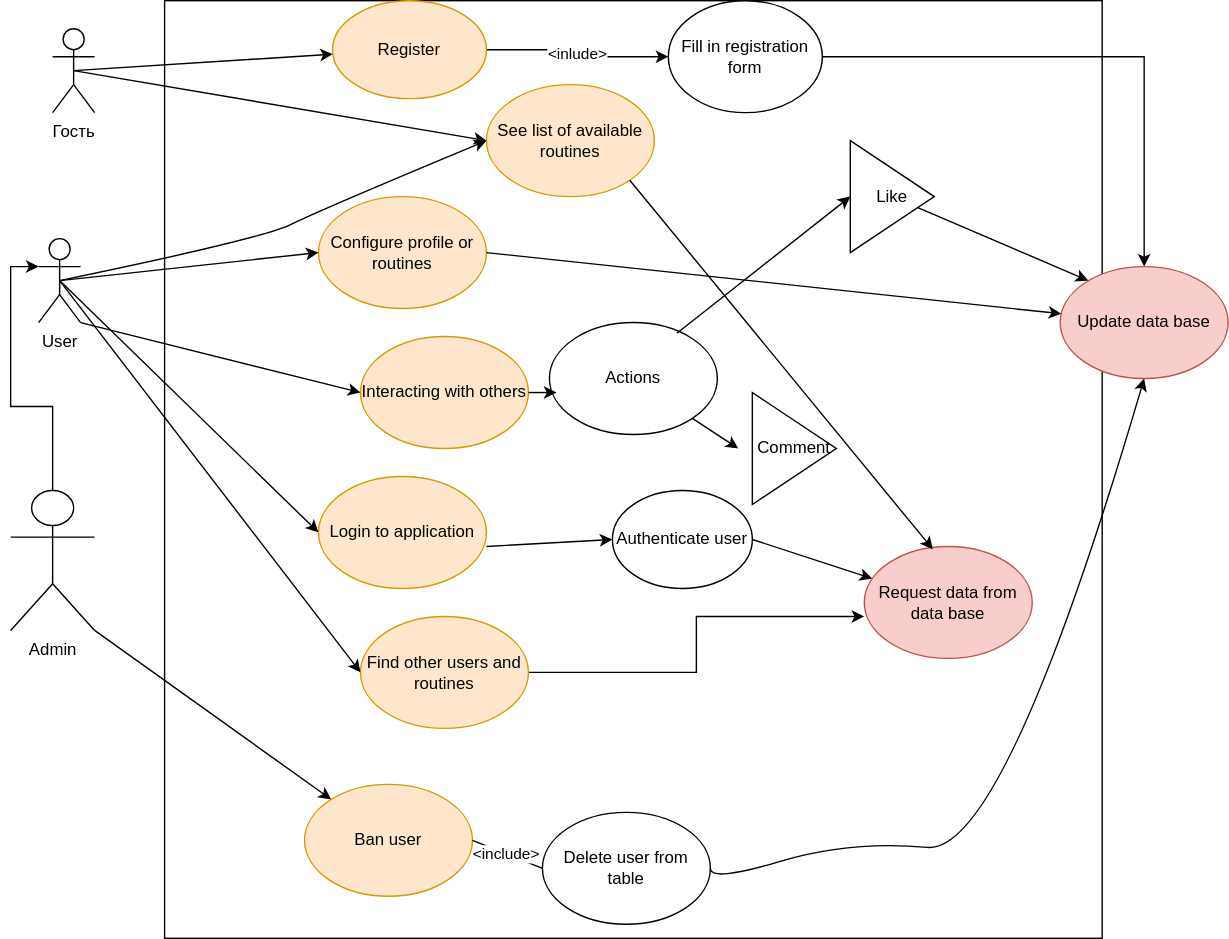
Earlier version of the draw.io export Diagrams/UC.svg (Maybenex1ime/Web_Project_Autumn_2021). Source tidied: cells renumbered, new cells last; positions are measured from the earlier drawing's top-left corner, leaving out a move shared by most shapes.
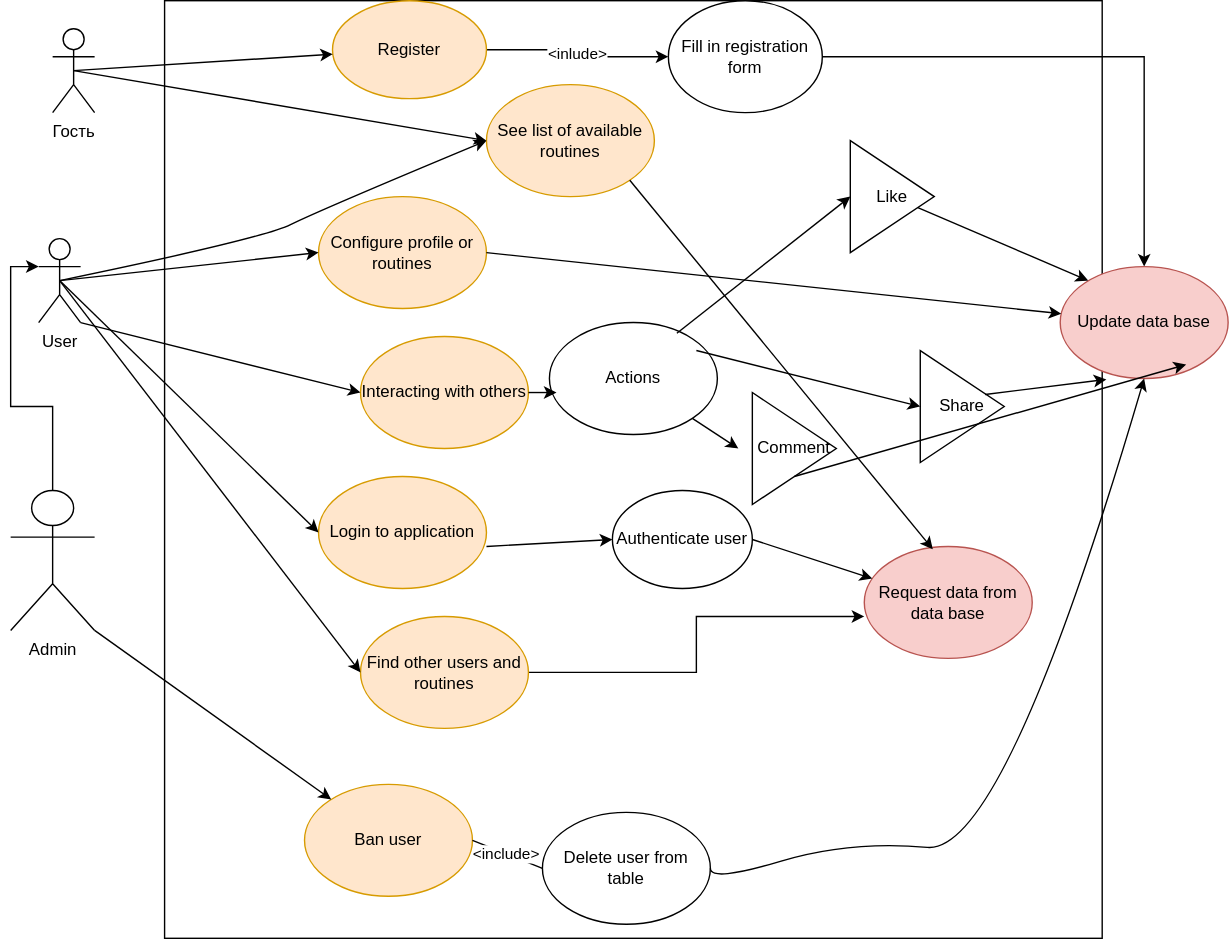
Later version of the same file.

The edit, as a diff of the source:
```diff
@@ -142,5 +142,21 @@
         <mxPoint x="770" y="200" as="targetPoint" />
       </mxGeometry>
     </mxCell>
+    <mxCell id="43" value="Share" style="triangle;whiteSpace=wrap;html=1;" parent="1" vertex="1">
+      <mxGeometry x="650" y="250" width="60" height="80" as="geometry" />
+    </mxCell>
+    <mxCell id="44" style="endArrow=classic;html=1;entryX=0;entryY=0.5;entryDx=0;entryDy=0;" parent="1" edge="1" target="43">
+      <mxGeometry relative="1" as="geometry">
+        <mxPoint x="490" y="250" as="sourcePoint" />
+      </mxGeometry>
+    </mxCell>
+    <mxCell id="45" style="endArrow=classic;html=1;entryX=0.275;entryY=1.008;entryDx=0;entryDy=0;entryPerimeter=0;exitX=0.772;exitY=0.392;exitDx=0;exitDy=0;exitPerimeter=0;" parent="1" edge="1" source="43" target="12">
+      <mxGeometry relative="1" as="geometry" />
+    </mxCell>
+    <mxCell id="46" style="endArrow=classic;html=1;exitX=0.5;exitY=1;exitDx=0;exitDy=0;" parent="1" edge="1" source="38">
+      <mxGeometry relative="1" as="geometry">
+        <mxPoint x="840" y="260" as="targetPoint" />
+      </mxGeometry>
+    </mxCell>
   </root>
 </mxGraphModel>
```
